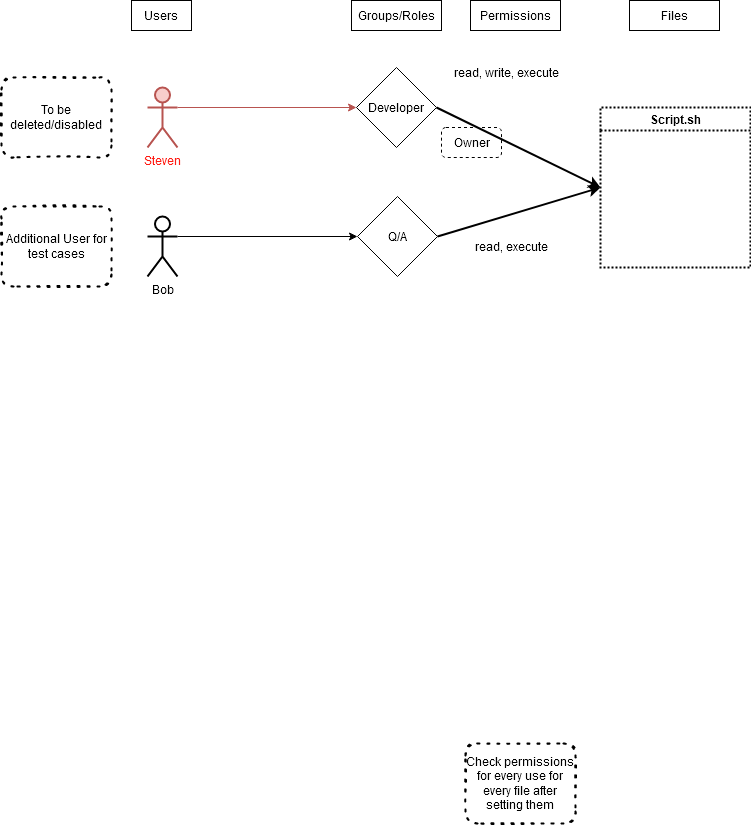
The draw.io diagram Expanded Plan - bottom.png in Nobel-CS/RBAC_test, before a commit. Source tidied: cells renumbered, new cells last; positions are measured from the earlier drawing's top-left corner, leaving out a move shared by most shapes.
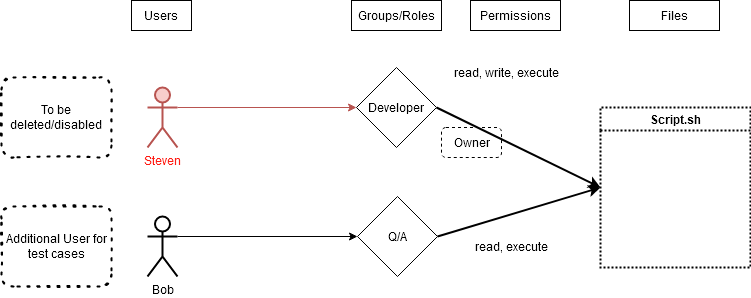
Later version of the same file.

The edit, as a diff of the source:
```diff
@@ -53,9 +53,6 @@
     <mxCell id="18" value="To be deleted/disabled" style="text;html=1;strokeColor=default;fillColor=none;align=center;verticalAlign=middle;whiteSpace=wrap;rounded=1;dashed=1;strokeWidth=2;dashPattern=1 4;glass=0;sketch=1;shadow=0;" parent="1" vertex="1">
       <mxGeometry y="77" width="110" height="80" as="geometry" />
     </mxCell>
-    <mxCell id="19" value="Check permissions for every use for every file after setting them" style="text;html=1;strokeColor=default;fillColor=none;align=center;verticalAlign=middle;whiteSpace=wrap;rounded=1;dashed=1;strokeWidth=2;dashPattern=1 4;glass=0;sketch=1;shadow=0;" parent="1" vertex="1">
-      <mxGeometry x="464" y="743" width="110" height="80" as="geometry" />
-    </mxCell>
     <mxCell id="20" value="Owner" style="text;html=1;align=center;verticalAlign=middle;strokeColor=default;fillColor=none;rounded=1;dashed=1;" parent="1" vertex="1">
       <mxGeometry x="440" y="127" width="60" height="30" as="geometry" />
     </mxCell>
```
